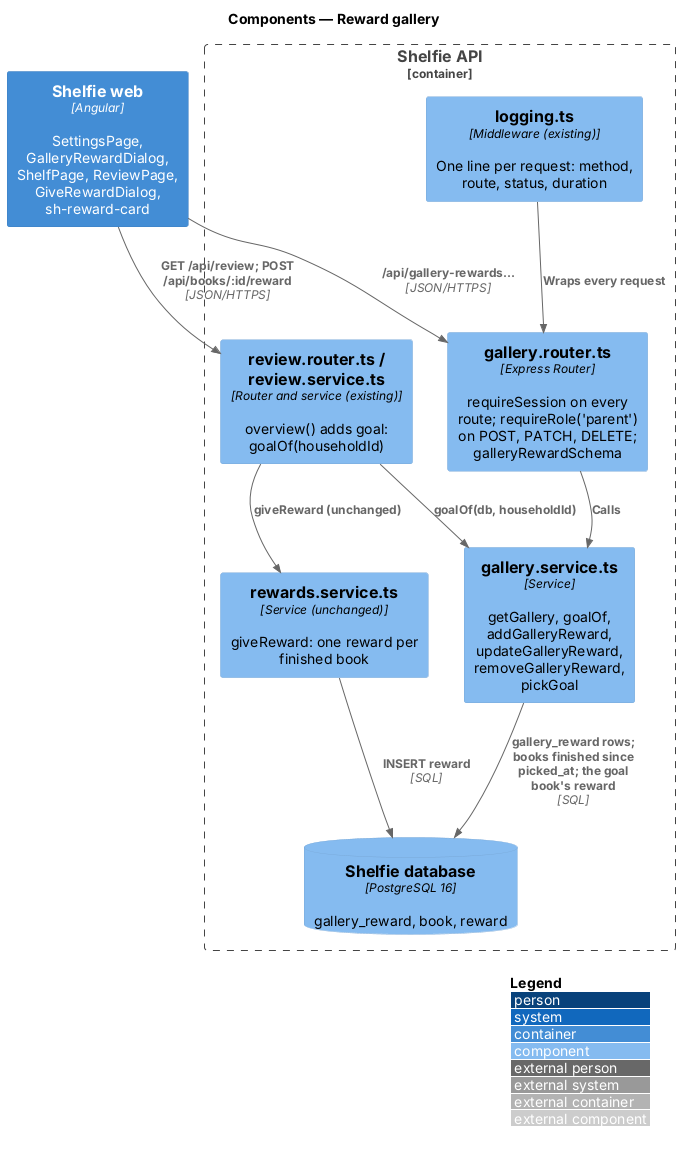
This is docs/detailed-designs/review/reward-gallery/diagrams/c4-component.png from QuinntyneBrown/shelfie, a PlantUML export, as it was before one commit.
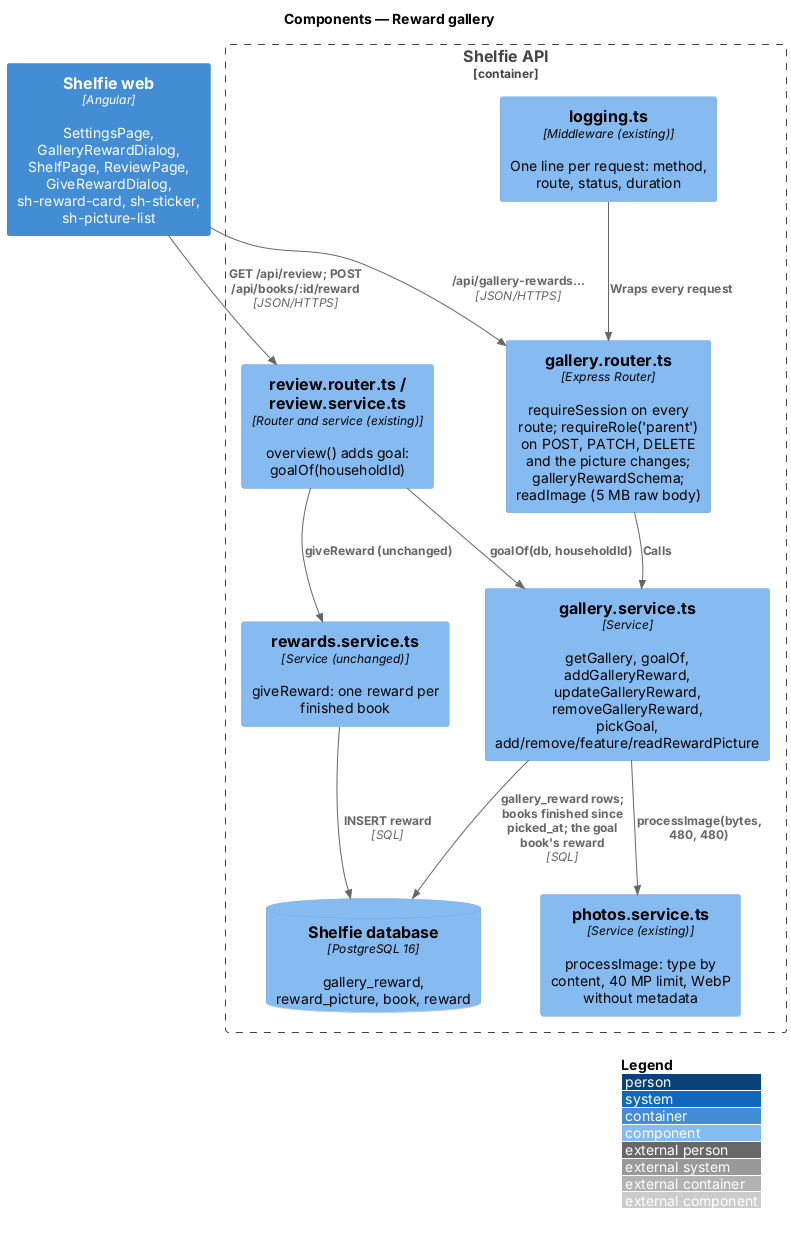
Above is the later version.

Commit message:
Design reward descriptions and pictures: migration 006, picture routes, components, diagrams and ADR-0010

The edit, as a diff of the source:
```diff
@@ -3,19 +3,21 @@
 LAYOUT_WITH_LEGEND()
 title Components — Reward gallery
 
-Container(web, "Shelfie web", "Angular", "SettingsPage, GalleryRewardDialog, ShelfPage, ReviewPage, GiveRewardDialog, sh-reward-card")
+Container(web, "Shelfie web", "Angular", "SettingsPage, GalleryRewardDialog, ShelfPage, ReviewPage, GiveRewardDialog, sh-reward-card, sh-sticker, sh-picture-list")
 Container_Boundary(api, "Shelfie API") {
-  Component(router, "gallery.router.ts", "Express Router", "requireSession on every route; requireRole('parent') on POST, PATCH, DELETE; galleryRewardSchema")
-  Component(service, "gallery.service.ts", "Service", "getGallery, goalOf, addGalleryReward, updateGalleryReward, removeGalleryReward, pickGoal")
+  Component(router, "gallery.router.ts", "Express Router", "requireSession on every route; requireRole('parent') on POST, PATCH, DELETE and the picture changes; galleryRewardSchema; readImage (5 MB raw body)")
+  Component(service, "gallery.service.ts", "Service", "getGallery, goalOf, addGalleryReward, updateGalleryReward, removeGalleryReward, pickGoal, add/remove/feature/readRewardPicture")
   Component(review, "review.router.ts / review.service.ts", "Router and service (existing)", "overview() adds goal: goalOf(householdId)")
   Component(rewards, "rewards.service.ts", "Service (unchanged)", "giveReward: one reward per finished book")
+  Component(photos, "photos.service.ts", "Service (existing)", "processImage: type by content, 40 MP limit, WebP without metadata")
   Component(logging, "logging.ts", "Middleware (existing)", "One line per request: method, route, status, duration")
-  ComponentDb(db, "Shelfie database", "PostgreSQL 16", "gallery_reward, book, reward")
+  ComponentDb(db, "Shelfie database", "PostgreSQL 16", "gallery_reward, reward_picture, book, reward")
 }
 
 Rel(web, router, "/api/gallery-rewards…", "JSON/HTTPS")
 Rel(web, review, "GET /api/review; POST /api/books/:id/reward", "JSON/HTTPS")
 Rel(router, service, "Calls")
+Rel(service, photos, "processImage(bytes, 480, 480)")
 Rel(review, service, "goalOf(db, householdId)")
 Rel(review, rewards, "giveReward (unchanged)")
 Rel(service, db, "gallery_reward rows; books finished since picked_at; the goal book's reward", "SQL")
```
